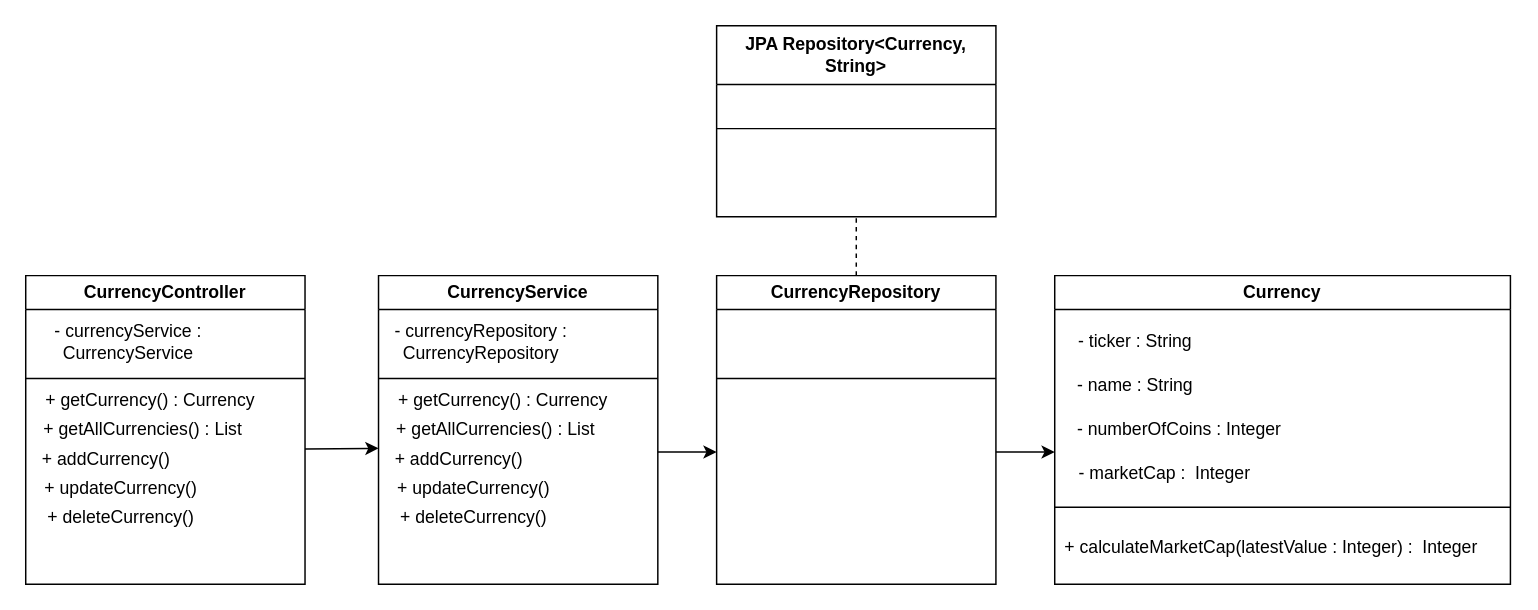
Above: UML.drawio in MiriPV/crypto-valuta-manager (draw.io), before the change. Source tidied: cells renumbered, new cells numbered last; positions are measured from the earlier drawing's top-left corner, leaving out a move shared by most shapes. Both pictures are drawn from the tidied source at 147%, with x=0, y=0 at pixel (25, 25).
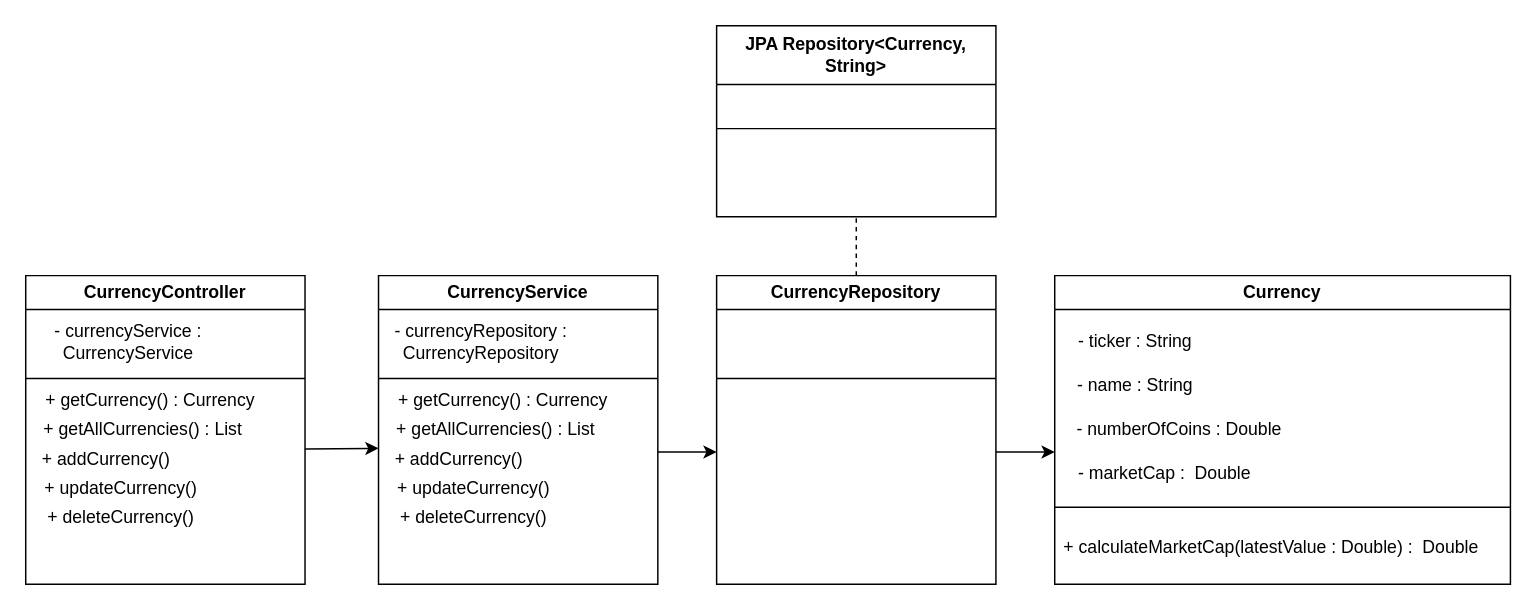
The same diagram, later.

The change refers to these unchanged cells:
```xml
<mxCell id="2" value="Currency" style="swimlane;whiteSpace=wrap;html=1;" parent="1" vertex="1">
  <mxGeometry x="700" y="170" width="310" height="210" as="geometry" />
</mxCell>
```

The edit, as a diff of the source:
```diff
@@
-    <mxCell id="5" value="- numberOfCoins : Integer" style="text;html=1;strokeColor=none;fillColor=none;align=center;verticalAlign=middle;whiteSpace=wrap;rounded=0;" parent="2" vertex="1">
+    <mxCell id="5" value="- numberOfCoins : Double" style="text;html=1;strokeColor=none;fillColor=none;align=center;verticalAlign=middle;whiteSpace=wrap;rounded=0;" parent="2" vertex="1">
       <mxGeometry x="10" y="90" width="150" height="30" as="geometry" />
     </mxCell>
-    <mxCell id="6" value="- marketCap :&amp;nbsp; Integer" style="text;html=1;strokeColor=none;fillColor=none;align=center;verticalAlign=middle;whiteSpace=wrap;rounded=0;" parent="2" vertex="1">
+    <mxCell id="6" value="- marketCap :&amp;nbsp; Double" style="text;html=1;strokeColor=none;fillColor=none;align=center;verticalAlign=middle;whiteSpace=wrap;rounded=0;" parent="2" vertex="1">
       <mxGeometry y="120" width="150" height="30" as="geometry" />
     </mxCell>
-    <mxCell id="7" value="+ calculateMarketCap(latestValue : Integer) :&amp;nbsp; Integer" style="text;html=1;strokeColor=none;fillColor=none;align=center;verticalAlign=middle;whiteSpace=wrap;rounded=0;" parent="2" vertex="1">
+    <mxCell id="7" value="+ calculateMarketCap(latestValue : Double) :&amp;nbsp; Double" style="text;html=1;strokeColor=none;fillColor=none;align=center;verticalAlign=middle;whiteSpace=wrap;rounded=0;" parent="2" vertex="1">
       <mxGeometry x="5" y="170" width="285" height="30" as="geometry" />
     </mxCell>
```
